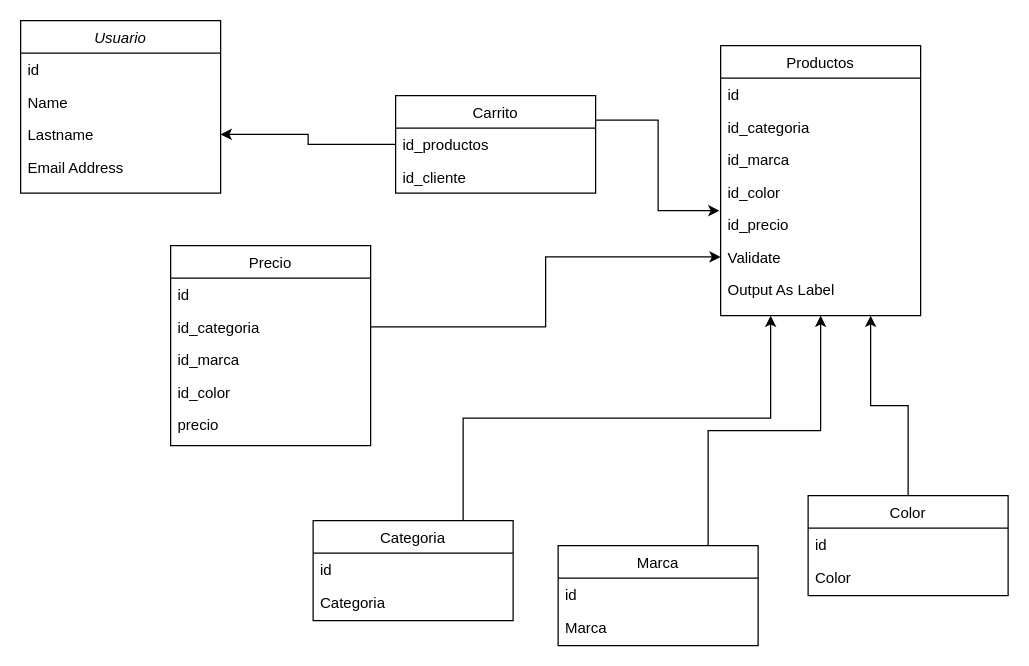
Earlier version of the draw.io diagram website/Untitled Diagram.drawio (Diegotes-DH/grupo_12_Sk8). Source tidied: cells renumbered, new cells numbered last; positions are measured from the earlier drawing's top-left corner, leaving out a move shared by most shapes. Both pictures are drawn from the tidied source at 125%, with x=0, y=0 at pixel (20, 20).
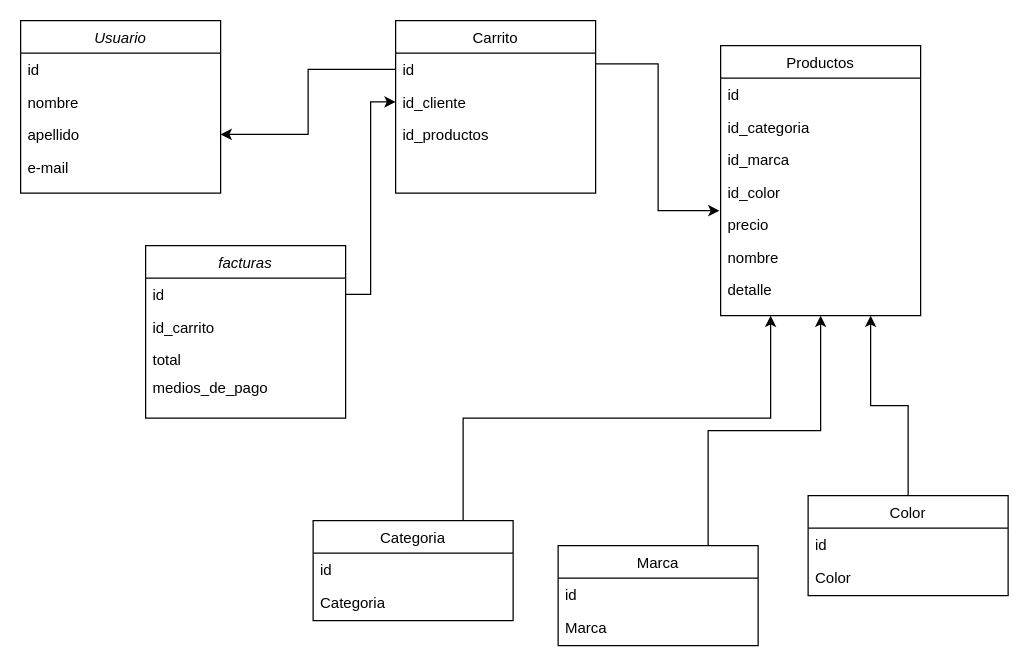
Above is the later version.

Unchanged cells that the change refers to:
```xml
<mxCell id="2" value="Usuario" style="swimlane;fontStyle=2;align=center;verticalAlign=top;horizontal=1;startSize=26;rounded=0;shadow=0;strokeWidth=1;" parent="1" vertex="1">
  <mxGeometry width="160" height="138" as="geometry" />
</mxCell>
<mxCell id="14" value="id_cliente" style="text;align=left;verticalAlign=top;spacingLeft=4;spacingRight=4;overflow=hidden;points=[[0,0.5],[1,0.5]];portConstraint=eastwest;" parent="12" vertex="1">
  <mxGeometry y="52" width="160" height="26" as="geometry" />
</mxCell>
<mxCell id="15" value="Productos" style="swimlane;fontStyle=0;align=center;verticalAlign=top;horizontal=1;startSize=26;rounded=0;shadow=0;strokeWidth=1;" parent="1" vertex="1">
  <mxGeometry x="560" y="20" width="160" height="216" as="geometry" />
</mxCell>
```

Diff of the diagram source:
```diff
@@
-    <mxCell id="4" value="Name" style="text;align=left;verticalAlign=top;spacingLeft=4;spacingRight=4;overflow=hidden;rounded=0;shadow=0;html=0;" parent="2" vertex="1">
+    <mxCell id="4" value="nombre" style="text;align=left;verticalAlign=top;spacingLeft=4;spacingRight=4;overflow=hidden;rounded=0;shadow=0;html=0;" parent="2" vertex="1">
       <mxGeometry y="52" width="160" height="26" as="geometry" />
     </mxCell>
-    <mxCell id="5" value="Lastname" style="text;align=left;verticalAlign=top;spacingLeft=4;spacingRight=4;overflow=hidden;points=[[0,0.5],[1,0.5]];portConstraint=eastwest;rounded=0;shadow=0;html=0;" parent="2" vertex="1">
+    <mxCell id="5" value="apellido" style="text;align=left;verticalAlign=top;spacingLeft=4;spacingRight=4;overflow=hidden;points=[[0,0.5],[1,0.5]];portConstraint=eastwest;rounded=0;shadow=0;html=0;" parent="2" vertex="1">
       <mxGeometry y="78" width="160" height="26" as="geometry" />
     </mxCell>
-    <mxCell id="6" value="Email Address" style="text;align=left;verticalAlign=top;spacingLeft=4;spacingRight=4;overflow=hidden;" parent="2" vertex="1">
+    <mxCell id="6" value="e-mail" style="text;align=left;verticalAlign=top;spacingLeft=4;spacingRight=4;overflow=hidden;" parent="2" vertex="1">
       <mxGeometry y="104" width="160" height="26" as="geometry" />
     </mxCell>
@@
     <mxCell id="12" value="Carrito" style="swimlane;fontStyle=0;align=center;verticalAlign=top;horizontal=1;startSize=26;rounded=0;shadow=0;strokeWidth=1;" parent="1" vertex="1">
-      <mxGeometry x="300" y="60" width="160" height="78" as="geometry" />
+      <mxGeometry x="300" width="160" height="138" as="geometry" />
     </mxCell>
-    <mxCell id="13" value="id_productos" style="text;align=left;verticalAlign=top;spacingLeft=4;spacingRight=4;overflow=hidden;points=[[0,0.5],[1,0.5]];portConstraint=eastwest;" parent="12" vertex="1">
+    <mxCell id="13" value="id" style="text;align=left;verticalAlign=top;spacingLeft=4;spacingRight=4;overflow=hidden;points=[[0,0.5],[1,0.5]];portConstraint=eastwest;" parent="12" vertex="1">
       <mxGeometry y="26" width="160" height="26" as="geometry" />
     </mxCell>
@@
+    <mxCell id="39" value="id_productos" style="text;align=left;verticalAlign=top;spacingLeft=4;spacingRight=4;overflow=hidden;" parent="12" vertex="1">
+      <mxGeometry y="78" width="160" height="26" as="geometry" />
+    </mxCell>
@@
-    <mxCell id="20" value="id_precio" style="text;align=left;verticalAlign=top;spacingLeft=4;spacingRight=4;overflow=hidden;points=[[0,0.5],[1,0.5]];portConstraint=eastwest;rounded=0;shadow=0;html=0;" parent="15" vertex="1">
+    <mxCell id="20" value="precio" style="text;align=left;verticalAlign=top;spacingLeft=4;spacingRight=4;overflow=hidden;points=[[0,0.5],[1,0.5]];portConstraint=eastwest;rounded=0;shadow=0;html=0;" parent="15" vertex="1">
       <mxGeometry y="130" width="160" height="26" as="geometry" />
     </mxCell>
-    <mxCell id="21" value="Validate" style="text;align=left;verticalAlign=top;spacingLeft=4;spacingRight=4;overflow=hidden;points=[[0,0.5],[1,0.5]];portConstraint=eastwest;" parent="15" vertex="1">
-      <mxGeometry y="156" width="160" height="26" as="geometry" />
-    </mxCell>
-    <mxCell id="22" value="Output As Label" style="text;align=left;verticalAlign=top;spacingLeft=4;spacingRight=4;overflow=hidden;" parent="15" vertex="1">
-      <mxGeometry y="182" width="160" height="26" as="geometry" />
-    </mxCell>
+    <mxCell id="40" value="nombre" style="text;align=left;verticalAlign=top;spacingLeft=4;spacingRight=4;overflow=hidden;rounded=0;shadow=0;html=0;" parent="15" vertex="1">
+      <mxGeometry y="156" width="160" height="26" as="geometry" />
+    </mxCell>
+    <mxCell id="41" value="detalle" style="text;align=left;verticalAlign=top;spacingLeft=4;spacingRight=4;overflow=hidden;rounded=0;shadow=0;html=0;" parent="15" vertex="1">
+      <mxGeometry y="182" width="160" height="26" as="geometry" />
+    </mxCell>
@@
-    <mxCell id="31" value="Precio" style="swimlane;fontStyle=0;align=center;verticalAlign=top;horizontal=1;startSize=26;rounded=0;shadow=0;strokeWidth=1;" parent="1" vertex="1">
-      <mxGeometry x="120" y="180" width="160" height="160" as="geometry" />
-    </mxCell>
+    <mxCell id="37" style="edgeStyle=orthogonalEdgeStyle;rounded=0;jettySize=auto;html=1;exitX=0;exitY=0.5;exitDx=0;exitDy=0;entryX=1;entryY=0.5;entryDx=0;entryDy=0;" parent="1" edge="1" source="13" target="5">
+      <mxGeometry relative="1" as="geometry" />
+    </mxCell>
+    <mxCell id="42" value="facturas" style="swimlane;fontStyle=2;align=center;verticalAlign=top;horizontal=1;startSize=26;rounded=0;shadow=0;strokeWidth=1;" parent="1" vertex="1">
+      <mxGeometry x="100" y="180" width="160" height="138" as="geometry" />
+    </mxCell>
-    <mxCell id="32" value="id" style="text;align=left;verticalAlign=top;spacingLeft=4;spacingRight=4;overflow=hidden;points=[[0,0.5],[1,0.5]];portConstraint=eastwest;" parent="31" vertex="1">
+    <mxCell id="32" value="id" style="text;align=left;verticalAlign=top;spacingLeft=4;spacingRight=4;overflow=hidden;points=[[0,0.5],[1,0.5]];portConstraint=eastwest;" parent="42" vertex="1">
       <mxGeometry y="26" width="160" height="26" as="geometry" />
     </mxCell>
-    <mxCell id="33" value="id_categoria" style="text;align=left;verticalAlign=top;spacingLeft=4;spacingRight=4;overflow=hidden;points=[[0,0.5],[1,0.5]];portConstraint=eastwest;rounded=0;shadow=0;html=0;" parent="31" vertex="1">
-      <mxGeometry y="52" width="160" height="26" as="geometry" />
-    </mxCell>
-    <mxCell id="34" value="id_marca" style="text;align=left;verticalAlign=top;spacingLeft=4;spacingRight=4;overflow=hidden;rounded=0;shadow=0;html=0;" parent="31" vertex="1">
-      <mxGeometry y="78" width="160" height="26" as="geometry" />
-    </mxCell>
-    <mxCell id="35" value="id_color" style="text;align=left;verticalAlign=top;spacingLeft=4;spacingRight=4;overflow=hidden;rounded=0;shadow=0;html=0;" parent="31" vertex="1">
-      <mxGeometry y="104" width="160" height="26" as="geometry" />
-    </mxCell>
-    <mxCell id="36" value="precio" style="text;align=left;verticalAlign=top;spacingLeft=4;spacingRight=4;overflow=hidden;rounded=0;shadow=0;html=0;" parent="31" vertex="1">
-      <mxGeometry y="130" width="160" height="26" as="geometry" />
-    </mxCell>
-    <mxCell id="37" style="edgeStyle=orthogonalEdgeStyle;rounded=0;jettySize=auto;html=1;exitX=0;exitY=0.5;exitDx=0;exitDy=0;entryX=1;entryY=0.5;entryDx=0;entryDy=0;" parent="1" edge="1" source="13" target="5">
-      <mxGeometry relative="1" as="geometry" />
-    </mxCell>
-    <mxCell id="38" style="edgeStyle=orthogonalEdgeStyle;rounded=0;jettySize=auto;html=1;exitX=1;exitY=0.5;exitDx=0;exitDy=0;entryX=0;entryY=0.5;entryDx=0;entryDy=0;" parent="1" edge="1" source="33" target="21">
-      <mxGeometry relative="1" as="geometry" />
-    </mxCell>
+    <mxCell id="43" value="id_carrito" style="text;align=left;verticalAlign=top;spacingLeft=4;spacingRight=4;overflow=hidden;rounded=0;shadow=0;html=0;" parent="42" vertex="1">
+      <mxGeometry y="52" width="160" height="26" as="geometry" />
+    </mxCell>
+    <mxCell id="44" value="total" style="text;align=left;verticalAlign=top;spacingLeft=4;spacingRight=4;overflow=hidden;rounded=0;shadow=0;html=0;" parent="42" vertex="1">
+      <mxGeometry y="78" width="160" height="26" as="geometry" />
+    </mxCell>
+    <mxCell id="45" style="edgeStyle=orthogonalEdgeStyle;rounded=0;jettySize=auto;html=1;exitX=1;exitY=0.5;exitDx=0;exitDy=0;entryX=0;entryY=0.5;entryDx=0;entryDy=0;" parent="1" edge="1" source="32" target="14">
+      <mxGeometry relative="1" as="geometry" />
+    </mxCell>
+    <mxCell id="46" value="medios_de_pago" style="text;align=left;verticalAlign=top;spacingLeft=4;spacingRight=4;overflow=hidden;rounded=0;shadow=0;html=0;" parent="1" vertex="1">
+      <mxGeometry x="100" y="280" width="160" height="26" as="geometry" />
+    </mxCell>
```
